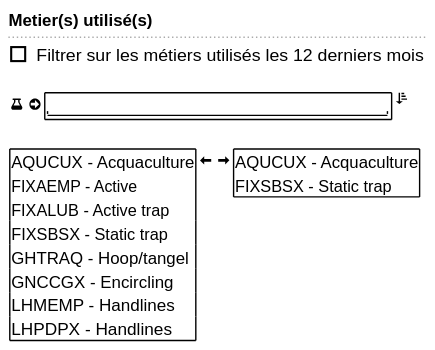
Above: use-case/collect/trip/landing-ui-list-metier.svg in sumaris-net/sumaris-doc (PlantUML), before the change. Its source is kept beside it as use-case/collect/trip/landing-ui-list-metier.puml. Its diagram source:
```plantuml
@startsalt
{
  <b>Metier(s) utilisé(s)
  ..
  [] Filtrer sur les métiers utilisés les 12 derniers mois
  .
  {<&beaker> <&arrow-circle-right> {+  "                              "    }<&sort-ascending>}
  .
  {
  {+
  AQUCUX - Acquaculture
  FIXAEMP - Active
  FIXALUB - Active trap
  FIXSBSX - Static trap
  GHTRAQ - Hoop/tangel
  GNCCGX - Encircling
  LHMEMP - Handlines
  LHPDPX - Handlines
  }  <&arrow-thick-left> <&arrow-thick-right> {+
  AQUCUX - Acquaculture
  FIXSBSX - Static trap
  }
  }
}
@endsalt
```
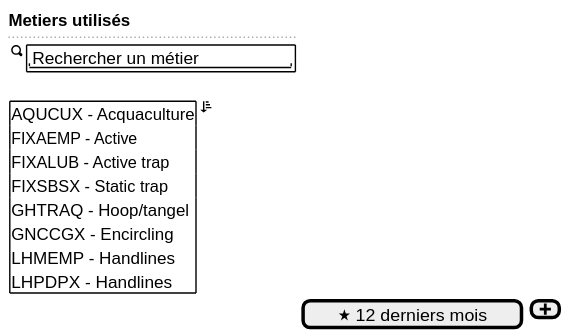
Above is the later version.

Diff of the diagram source:
```diff
@@ -1,25 +1,21 @@
 @startsalt
 {
-  <b>Metier(s) utilisé(s)
+  <b>Metiers utilisés
   ..
-  [] Filtrer sur les métiers utilisés les 12 derniers mois
-  .
-  {<&beaker> <&arrow-circle-right> {+  "                              "    }<&sort-ascending>}
+  {<&magnifying-glass> {+  "  Rechercher un métier "    } }
   .
   {
-  {+
-  AQUCUX - Acquaculture
-  FIXAEMP - Active
-  FIXALUB - Active trap
-  FIXSBSX - Static trap
-  GHTRAQ - Hoop/tangel
-  GNCCGX - Encircling
-  LHMEMP - Handlines
-  LHPDPX - Handlines
-  }  <&arrow-thick-left> <&arrow-thick-right> {+
-  AQUCUX - Acquaculture
-  FIXSBSX - Static trap
+    {+
+        AQUCUX - Acquaculture
+        FIXAEMP - Active
+        FIXALUB - Active trap
+        FIXSBSX - Static trap
+        GHTRAQ - Hoop/tangel
+        GNCCGX - Encircling
+        LHMEMP - Handlines
+        LHPDPX - Handlines
+    } |<&sort-ascending>
   }
-  }
+  .| [<&star> 12 derniers mois] | [<&plus>]
 }
 @endsalt
```
